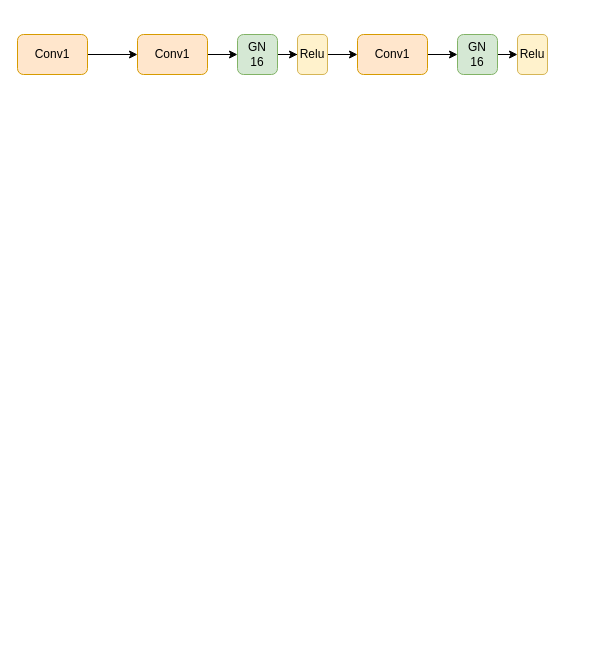
Above: Untitled Diagram.drawio in Yvonne0413/HRNet-Fcos-disentangle (draw.io), before the change. Source tidied: cells renumbered, new cells numbered last; positions are measured from the earlier drawing's top-left corner, leaving out a move shared by most shapes. Both pictures are drawn from the tidied source at 100%, with x=0, y=0 at pixel (17, 34).
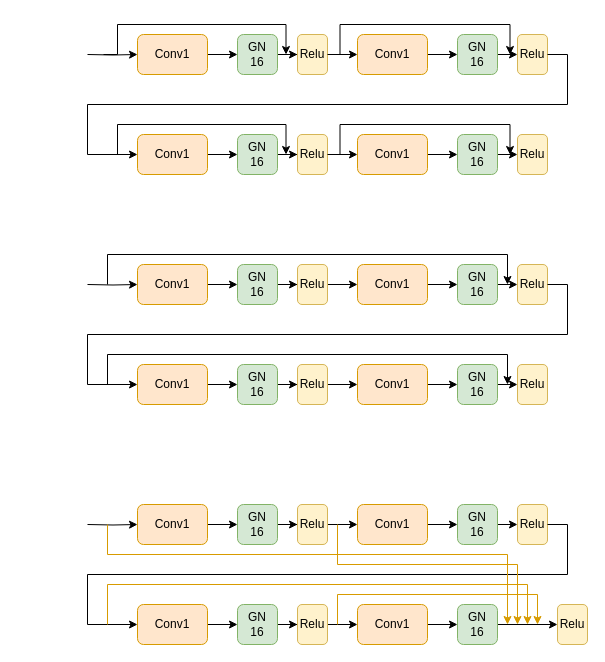
After the change.

Unchanged cells that the change refers to:
```xml
<mxCell id="3" value="Conv1" style="rounded=1;whiteSpace=wrap;html=1;fontSize=12;glass=0;strokeWidth=1;shadow=0;fillColor=#ffe6cc;strokeColor=#d79b00;" parent="1" vertex="1">
  <mxGeometry x="120" width="70" height="40" as="geometry" />
</mxCell>
<mxCell id="12" value="Relu" style="rounded=1;whiteSpace=wrap;html=1;fontSize=12;glass=0;strokeWidth=1;shadow=0;fillColor=#fff2cc;strokeColor=#d6b656;" parent="1" vertex="1">
  <mxGeometry x="500" width="30" height="40" as="geometry" />
</mxCell>
```

The edit, as a diff of the source:
```diff
@@
+    <mxCell id="15" style="edgeStyle=orthogonalEdgeStyle;rounded=0;orthogonalLoop=1;jettySize=auto;html=1;exitX=0;exitY=0;exitDx=0;exitDy=0;entryX=0.75;entryY=0;entryDx=0;entryDy=0;" parent="1" edge="1">
+      <mxGeometry relative="1" as="geometry">
+        <mxPoint x="86" y="20" as="sourcePoint" />
+        <mxPoint x="268.5" y="20" as="targetPoint" />
+        <Array as="points">
+          <mxPoint x="100" y="20" />
+          <mxPoint x="100" y="-10" />
+          <mxPoint x="269" y="-10" />
+        </Array>
+      </mxGeometry>
+    </mxCell>
@@
-    <mxCell id="13" style="edgeStyle=orthogonalEdgeStyle;rounded=0;jettySize=auto;html=1;exitX=1;exitY=0.5;exitDx=0;exitDy=0;entryX=0;entryY=0.5;entryDx=0;entryDy=0;" parent="1" edge="1" source="14" target="3">
-      <mxGeometry relative="1" as="geometry" />
+    <mxCell id="13" style="edgeStyle=orthogonalEdgeStyle;rounded=0;jettySize=auto;html=1;exitX=1;exitY=0.5;exitDx=0;exitDy=0;entryX=0;entryY=0.5;entryDx=0;entryDy=0;" parent="1" edge="1" target="3">
+      <mxGeometry relative="1" as="geometry">
+        <mxPoint x="70" y="20" as="sourcePoint" />
+      </mxGeometry>
     </mxCell>
-    <mxCell id="14" value="Conv1" style="rounded=1;whiteSpace=wrap;html=1;fontSize=12;glass=0;strokeWidth=1;shadow=0;fillColor=#ffe6cc;strokeColor=#d79b00;" parent="1" vertex="1">
-      <mxGeometry width="70" height="40" as="geometry" />
-    </mxCell>
+    <mxCell id="16" style="edgeStyle=orthogonalEdgeStyle;rounded=0;orthogonalLoop=1;jettySize=auto;html=1;exitX=0;exitY=0;exitDx=0;exitDy=0;entryX=0.75;entryY=0;entryDx=0;entryDy=0;" parent="1" edge="1">
+      <mxGeometry relative="1" as="geometry">
+        <mxPoint x="310" y="20" as="sourcePoint" />
+        <mxPoint x="492.5" y="20" as="targetPoint" />
+        <Array as="points">
+          <mxPoint x="322.5" y="20" />
+          <mxPoint x="322.5" y="-10" />
+          <mxPoint x="492.5" y="-10" />
+        </Array>
+      </mxGeometry>
+    </mxCell>
+    <mxCell id="17" style="edgeStyle=orthogonalEdgeStyle;rounded=0;jettySize=auto;html=1;exitX=1;exitY=0.5;exitDx=0;exitDy=0;entryX=0;entryY=0.5;entryDx=0;entryDy=0;" parent="1" edge="1" source="19" target="21">
+      <mxGeometry relative="1" as="geometry" />
+    </mxCell>
+    <mxCell id="18" style="edgeStyle=orthogonalEdgeStyle;rounded=0;orthogonalLoop=1;jettySize=auto;html=1;exitX=0;exitY=0;exitDx=0;exitDy=0;entryX=0.75;entryY=0;entryDx=0;entryDy=0;" parent="1" edge="1">
+      <mxGeometry relative="1" as="geometry">
+        <mxPoint x="86" y="120" as="sourcePoint" />
+        <mxPoint x="268.5" y="120" as="targetPoint" />
+        <Array as="points">
+          <mxPoint x="100" y="120" />
+          <mxPoint x="100" y="90" />
+          <mxPoint x="269" y="90" />
+        </Array>
+      </mxGeometry>
+    </mxCell>
+    <mxCell id="19" value="Conv1" style="rounded=1;whiteSpace=wrap;html=1;fontSize=12;glass=0;strokeWidth=1;shadow=0;fillColor=#ffe6cc;strokeColor=#d79b00;" parent="1" vertex="1">
+      <mxGeometry x="120" y="100" width="70" height="40" as="geometry" />
+    </mxCell>
+    <mxCell id="20" style="edgeStyle=orthogonalEdgeStyle;rounded=0;jettySize=auto;html=1;exitX=1;exitY=0.5;exitDx=0;exitDy=0;" parent="1" edge="1" source="21" target="23">
+      <mxGeometry relative="1" as="geometry" />
+    </mxCell>
+    <mxCell id="21" value="GN&lt;br&gt;16" style="rounded=1;whiteSpace=wrap;html=1;fontSize=12;glass=0;strokeWidth=1;shadow=0;fillColor=#d5e8d4;strokeColor=#82b366;" parent="1" vertex="1">
+      <mxGeometry x="220" y="100" width="40" height="40" as="geometry" />
+    </mxCell>
+    <mxCell id="22" style="edgeStyle=orthogonalEdgeStyle;rounded=0;jettySize=auto;html=1;exitX=1;exitY=0.5;exitDx=0;exitDy=0;entryX=0;entryY=0.5;entryDx=0;entryDy=0;" parent="1" edge="1" source="23" target="25">
+      <mxGeometry relative="1" as="geometry" />
+    </mxCell>
+    <mxCell id="23" value="Relu" style="rounded=1;whiteSpace=wrap;html=1;fontSize=12;glass=0;strokeWidth=1;shadow=0;fillColor=#fff2cc;strokeColor=#d6b656;" parent="1" vertex="1">
+      <mxGeometry x="280" y="100" width="30" height="40" as="geometry" />
+    </mxCell>
+    <mxCell id="24" style="edgeStyle=orthogonalEdgeStyle;rounded=0;jettySize=auto;html=1;exitX=1;exitY=0.5;exitDx=0;exitDy=0;entryX=0;entryY=0.5;entryDx=0;entryDy=0;" parent="1" edge="1" source="25" target="27">
+      <mxGeometry relative="1" as="geometry" />
+    </mxCell>
+    <mxCell id="25" value="Conv1" style="rounded=1;whiteSpace=wrap;html=1;fontSize=12;glass=0;strokeWidth=1;shadow=0;fillColor=#ffe6cc;strokeColor=#d79b00;" parent="1" vertex="1">
+      <mxGeometry x="340" y="100" width="70" height="40" as="geometry" />
+    </mxCell>
+    <mxCell id="26" style="edgeStyle=orthogonalEdgeStyle;rounded=0;jettySize=auto;html=1;exitX=1;exitY=0.5;exitDx=0;exitDy=0;entryX=0;entryY=0.5;entryDx=0;entryDy=0;" parent="1" edge="1" source="27" target="28">
+      <mxGeometry relative="1" as="geometry" />
+    </mxCell>
+    <mxCell id="27" value="GN&lt;br&gt;16" style="rounded=1;whiteSpace=wrap;html=1;fontSize=12;glass=0;strokeWidth=1;shadow=0;fillColor=#d5e8d4;strokeColor=#82b366;" parent="1" vertex="1">
+      <mxGeometry x="440" y="100" width="40" height="40" as="geometry" />
+    </mxCell>
+    <mxCell id="28" value="Relu" style="rounded=1;whiteSpace=wrap;html=1;fontSize=12;glass=0;strokeWidth=1;shadow=0;fillColor=#fff2cc;strokeColor=#d6b656;" parent="1" vertex="1">
+      <mxGeometry x="500" y="100" width="30" height="40" as="geometry" />
+    </mxCell>
+    <mxCell id="29" style="edgeStyle=orthogonalEdgeStyle;rounded=0;jettySize=auto;html=1;exitX=1;exitY=0.5;exitDx=0;exitDy=0;entryX=0;entryY=0.5;entryDx=0;entryDy=0;" parent="1" edge="1" source="12" target="19">
+      <mxGeometry relative="1" as="geometry">
+        <Array as="points">
+          <mxPoint x="550" y="20" />
+          <mxPoint x="550" y="70" />
+          <mxPoint x="70" y="70" />
+          <mxPoint x="70" y="120" />
+        </Array>
+      </mxGeometry>
+    </mxCell>
+    <mxCell id="30" style="edgeStyle=orthogonalEdgeStyle;rounded=0;orthogonalLoop=1;jettySize=auto;html=1;exitX=0;exitY=0;exitDx=0;exitDy=0;entryX=0.75;entryY=0;entryDx=0;entryDy=0;" parent="1" edge="1">
+      <mxGeometry relative="1" as="geometry">
+        <mxPoint x="310" y="120" as="sourcePoint" />
+        <mxPoint x="492.5" y="120" as="targetPoint" />
+        <Array as="points">
+          <mxPoint x="322.5" y="120" />
+          <mxPoint x="322.5" y="90" />
+          <mxPoint x="492.5" y="90" />
+        </Array>
+      </mxGeometry>
+    </mxCell>
+    <mxCell id="31" style="edgeStyle=orthogonalEdgeStyle;rounded=0;jettySize=auto;html=1;exitX=1;exitY=0.5;exitDx=0;exitDy=0;entryX=0;entryY=0.5;entryDx=0;entryDy=0;" parent="1" edge="1" source="32" target="34">
+      <mxGeometry relative="1" as="geometry" />
+    </mxCell>
+    <mxCell id="32" value="Conv1" style="rounded=1;whiteSpace=wrap;html=1;fontSize=12;glass=0;strokeWidth=1;shadow=0;fillColor=#ffe6cc;strokeColor=#d79b00;" parent="1" vertex="1">
+      <mxGeometry x="120" y="230" width="70" height="40" as="geometry" />
+    </mxCell>
+    <mxCell id="33" style="edgeStyle=orthogonalEdgeStyle;rounded=0;jettySize=auto;html=1;exitX=1;exitY=0.5;exitDx=0;exitDy=0;" parent="1" edge="1" source="34" target="36">
+      <mxGeometry relative="1" as="geometry" />
+    </mxCell>
+    <mxCell id="34" value="GN&lt;br&gt;16" style="rounded=1;whiteSpace=wrap;html=1;fontSize=12;glass=0;strokeWidth=1;shadow=0;fillColor=#d5e8d4;strokeColor=#82b366;" parent="1" vertex="1">
+      <mxGeometry x="220" y="230" width="40" height="40" as="geometry" />
+    </mxCell>
+    <mxCell id="35" style="edgeStyle=orthogonalEdgeStyle;rounded=0;jettySize=auto;html=1;exitX=1;exitY=0.5;exitDx=0;exitDy=0;entryX=0;entryY=0.5;entryDx=0;entryDy=0;" parent="1" edge="1" source="36" target="38">
+      <mxGeometry relative="1" as="geometry" />
+    </mxCell>
+    <mxCell id="36" value="Relu" style="rounded=1;whiteSpace=wrap;html=1;fontSize=12;glass=0;strokeWidth=1;shadow=0;fillColor=#fff2cc;strokeColor=#d6b656;" parent="1" vertex="1">
+      <mxGeometry x="280" y="230" width="30" height="40" as="geometry" />
+    </mxCell>
+    <mxCell id="37" style="edgeStyle=orthogonalEdgeStyle;rounded=0;jettySize=auto;html=1;exitX=1;exitY=0.5;exitDx=0;exitDy=0;entryX=0;entryY=0.5;entryDx=0;entryDy=0;" parent="1" edge="1" source="38" target="40">
+      <mxGeometry relative="1" as="geometry" />
+    </mxCell>
+    <mxCell id="38" value="Conv1" style="rounded=1;whiteSpace=wrap;html=1;fontSize=12;glass=0;strokeWidth=1;shadow=0;fillColor=#ffe6cc;strokeColor=#d79b00;" parent="1" vertex="1">
+      <mxGeometry x="340" y="230" width="70" height="40" as="geometry" />
+    </mxCell>
+    <mxCell id="39" style="edgeStyle=orthogonalEdgeStyle;rounded=0;jettySize=auto;html=1;exitX=1;exitY=0.5;exitDx=0;exitDy=0;entryX=0;entryY=0.5;entryDx=0;entryDy=0;" parent="1" edge="1" source="40" target="41">
+      <mxGeometry relative="1" as="geometry" />
+    </mxCell>
+    <mxCell id="40" value="GN&lt;br&gt;16" style="rounded=1;whiteSpace=wrap;html=1;fontSize=12;glass=0;strokeWidth=1;shadow=0;fillColor=#d5e8d4;strokeColor=#82b366;" parent="1" vertex="1">
+      <mxGeometry x="440" y="230" width="40" height="40" as="geometry" />
+    </mxCell>
+    <mxCell id="41" value="Relu" style="rounded=1;whiteSpace=wrap;html=1;fontSize=12;glass=0;strokeWidth=1;shadow=0;fillColor=#fff2cc;strokeColor=#d6b656;" parent="1" vertex="1">
+      <mxGeometry x="500" y="230" width="30" height="40" as="geometry" />
+    </mxCell>
+    <mxCell id="42" style="edgeStyle=orthogonalEdgeStyle;rounded=0;jettySize=auto;html=1;exitX=1;exitY=0.5;exitDx=0;exitDy=0;entryX=0;entryY=0.5;entryDx=0;entryDy=0;" parent="1" edge="1" target="32">
+      <mxGeometry relative="1" as="geometry">
+        <mxPoint x="70" y="250" as="sourcePoint" />
+      </mxGeometry>
+    </mxCell>
+    <mxCell id="43" style="edgeStyle=orthogonalEdgeStyle;rounded=0;jettySize=auto;html=1;exitX=1;exitY=0.5;exitDx=0;exitDy=0;entryX=0;entryY=0.5;entryDx=0;entryDy=0;" parent="1" edge="1" source="44" target="46">
+      <mxGeometry relative="1" as="geometry" />
+    </mxCell>
+    <mxCell id="44" value="Conv1" style="rounded=1;whiteSpace=wrap;html=1;fontSize=12;glass=0;strokeWidth=1;shadow=0;fillColor=#ffe6cc;strokeColor=#d79b00;" parent="1" vertex="1">
+      <mxGeometry x="120" y="330" width="70" height="40" as="geometry" />
+    </mxCell>
+    <mxCell id="45" style="edgeStyle=orthogonalEdgeStyle;rounded=0;jettySize=auto;html=1;exitX=1;exitY=0.5;exitDx=0;exitDy=0;" parent="1" edge="1" source="46" target="48">
+      <mxGeometry relative="1" as="geometry" />
+    </mxCell>
+    <mxCell id="46" value="GN&lt;br&gt;16" style="rounded=1;whiteSpace=wrap;html=1;fontSize=12;glass=0;strokeWidth=1;shadow=0;fillColor=#d5e8d4;strokeColor=#82b366;" parent="1" vertex="1">
+      <mxGeometry x="220" y="330" width="40" height="40" as="geometry" />
+    </mxCell>
+    <mxCell id="47" style="edgeStyle=orthogonalEdgeStyle;rounded=0;jettySize=auto;html=1;exitX=1;exitY=0.5;exitDx=0;exitDy=0;entryX=0;entryY=0.5;entryDx=0;entryDy=0;" parent="1" edge="1" source="48" target="50">
+      <mxGeometry relative="1" as="geometry" />
+    </mxCell>
+    <mxCell id="48" value="Relu" style="rounded=1;whiteSpace=wrap;html=1;fontSize=12;glass=0;strokeWidth=1;shadow=0;fillColor=#fff2cc;strokeColor=#d6b656;" parent="1" vertex="1">
+      <mxGeometry x="280" y="330" width="30" height="40" as="geometry" />
+    </mxCell>
+    <mxCell id="49" style="edgeStyle=orthogonalEdgeStyle;rounded=0;jettySize=auto;html=1;exitX=1;exitY=0.5;exitDx=0;exitDy=0;entryX=0;entryY=0.5;entryDx=0;entryDy=0;" parent="1" edge="1" source="50" target="52">
+      <mxGeometry relative="1" as="geometry" />
+    </mxCell>
+    <mxCell id="50" value="Conv1" style="rounded=1;whiteSpace=wrap;html=1;fontSize=12;glass=0;strokeWidth=1;shadow=0;fillColor=#ffe6cc;strokeColor=#d79b00;" parent="1" vertex="1">
+      <mxGeometry x="340" y="330" width="70" height="40" as="geometry" />
+    </mxCell>
+    <mxCell id="51" style="edgeStyle=orthogonalEdgeStyle;rounded=0;jettySize=auto;html=1;exitX=1;exitY=0.5;exitDx=0;exitDy=0;entryX=0;entryY=0.5;entryDx=0;entryDy=0;" parent="1" edge="1" source="52" target="53">
+      <mxGeometry relative="1" as="geometry" />
+    </mxCell>
+    <mxCell id="52" value="GN&lt;br&gt;16" style="rounded=1;whiteSpace=wrap;html=1;fontSize=12;glass=0;strokeWidth=1;shadow=0;fillColor=#d5e8d4;strokeColor=#82b366;" parent="1" vertex="1">
+      <mxGeometry x="440" y="330" width="40" height="40" as="geometry" />
+    </mxCell>
+    <mxCell id="53" value="Relu" style="rounded=1;whiteSpace=wrap;html=1;fontSize=12;glass=0;strokeWidth=1;shadow=0;fillColor=#fff2cc;strokeColor=#d6b656;" parent="1" vertex="1">
+      <mxGeometry x="500" y="330" width="30" height="40" as="geometry" />
+    </mxCell>
+    <mxCell id="54" style="edgeStyle=orthogonalEdgeStyle;rounded=0;jettySize=auto;html=1;exitX=1;exitY=0.5;exitDx=0;exitDy=0;entryX=0;entryY=0.5;entryDx=0;entryDy=0;" parent="1" edge="1" source="41" target="44">
+      <mxGeometry relative="1" as="geometry">
+        <Array as="points">
+          <mxPoint x="550" y="250" />
+          <mxPoint x="550" y="300" />
+          <mxPoint x="70" y="300" />
+          <mxPoint x="70" y="350" />
+        </Array>
+      </mxGeometry>
+    </mxCell>
+    <mxCell id="55" style="edgeStyle=orthogonalEdgeStyle;rounded=0;orthogonalLoop=1;jettySize=auto;html=1;" parent="1" edge="1">
+      <mxGeometry relative="1" as="geometry">
+        <mxPoint x="90" y="250" as="sourcePoint" />
+        <mxPoint x="490" y="250" as="targetPoint" />
+        <Array as="points">
+          <mxPoint x="90" y="220" />
+          <mxPoint x="490" y="220" />
+        </Array>
+      </mxGeometry>
+    </mxCell>
+    <mxCell id="56" style="edgeStyle=orthogonalEdgeStyle;rounded=0;orthogonalLoop=1;jettySize=auto;html=1;" parent="1" edge="1">
+      <mxGeometry relative="1" as="geometry">
+        <mxPoint x="90" y="350" as="sourcePoint" />
+        <mxPoint x="490" y="350" as="targetPoint" />
+        <Array as="points">
+          <mxPoint x="90" y="320" />
+          <mxPoint x="490" y="320" />
+        </Array>
+      </mxGeometry>
+    </mxCell>
+    <mxCell id="57" style="edgeStyle=orthogonalEdgeStyle;rounded=0;jettySize=auto;html=1;exitX=1;exitY=0.5;exitDx=0;exitDy=0;entryX=0;entryY=0.5;entryDx=0;entryDy=0;" parent="1" edge="1" source="58" target="60">
+      <mxGeometry relative="1" as="geometry" />
+    </mxCell>
+    <mxCell id="58" value="Conv1" style="rounded=1;whiteSpace=wrap;html=1;fontSize=12;glass=0;strokeWidth=1;shadow=0;fillColor=#ffe6cc;strokeColor=#d79b00;" parent="1" vertex="1">
+      <mxGeometry x="120" y="470" width="70" height="40" as="geometry" />
+    </mxCell>
+    <mxCell id="59" style="edgeStyle=orthogonalEdgeStyle;rounded=0;jettySize=auto;html=1;exitX=1;exitY=0.5;exitDx=0;exitDy=0;" parent="1" edge="1" source="60" target="62">
+      <mxGeometry relative="1" as="geometry" />
+    </mxCell>
+    <mxCell id="60" value="GN&lt;br&gt;16" style="rounded=1;whiteSpace=wrap;html=1;fontSize=12;glass=0;strokeWidth=1;shadow=0;fillColor=#d5e8d4;strokeColor=#82b366;" parent="1" vertex="1">
+      <mxGeometry x="220" y="470" width="40" height="40" as="geometry" />
+    </mxCell>
+    <mxCell id="61" style="edgeStyle=orthogonalEdgeStyle;rounded=0;jettySize=auto;html=1;exitX=1;exitY=0.5;exitDx=0;exitDy=0;entryX=0;entryY=0.5;entryDx=0;entryDy=0;" parent="1" edge="1" source="62" target="64">
+      <mxGeometry relative="1" as="geometry" />
+    </mxCell>
+    <mxCell id="62" value="Relu" style="rounded=1;whiteSpace=wrap;html=1;fontSize=12;glass=0;strokeWidth=1;shadow=0;fillColor=#fff2cc;strokeColor=#d6b656;" parent="1" vertex="1">
+      <mxGeometry x="280" y="470" width="30" height="40" as="geometry" />
+    </mxCell>
+    <mxCell id="63" style="edgeStyle=orthogonalEdgeStyle;rounded=0;jettySize=auto;html=1;exitX=1;exitY=0.5;exitDx=0;exitDy=0;entryX=0;entryY=0.5;entryDx=0;entryDy=0;" parent="1" edge="1" source="64" target="66">
+      <mxGeometry relative="1" as="geometry" />
+    </mxCell>
+    <mxCell id="64" value="Conv1" style="rounded=1;whiteSpace=wrap;html=1;fontSize=12;glass=0;strokeWidth=1;shadow=0;fillColor=#ffe6cc;strokeColor=#d79b00;" parent="1" vertex="1">
+      <mxGeometry x="340" y="470" width="70" height="40" as="geometry" />
+    </mxCell>
+    <mxCell id="65" style="edgeStyle=orthogonalEdgeStyle;rounded=0;jettySize=auto;html=1;exitX=1;exitY=0.5;exitDx=0;exitDy=0;entryX=0;entryY=0.5;entryDx=0;entryDy=0;" parent="1" edge="1" source="66" target="67">
+      <mxGeometry relative="1" as="geometry" />
+    </mxCell>
+    <mxCell id="66" value="GN&lt;br&gt;16" style="rounded=1;whiteSpace=wrap;html=1;fontSize=12;glass=0;strokeWidth=1;shadow=0;fillColor=#d5e8d4;strokeColor=#82b366;" parent="1" vertex="1">
+      <mxGeometry x="440" y="470" width="40" height="40" as="geometry" />
+    </mxCell>
+    <mxCell id="67" value="Relu" style="rounded=1;whiteSpace=wrap;html=1;fontSize=12;glass=0;strokeWidth=1;shadow=0;fillColor=#fff2cc;strokeColor=#d6b656;" parent="1" vertex="1">
+      <mxGeometry x="500" y="470" width="30" height="40" as="geometry" />
+    </mxCell>
+    <mxCell id="68" style="edgeStyle=orthogonalEdgeStyle;rounded=0;jettySize=auto;html=1;exitX=1;exitY=0.5;exitDx=0;exitDy=0;entryX=0;entryY=0.5;entryDx=0;entryDy=0;" parent="1" edge="1" target="58">
+      <mxGeometry relative="1" as="geometry">
+        <mxPoint x="70" y="490" as="sourcePoint" />
+      </mxGeometry>
+    </mxCell>
+    <mxCell id="69" style="edgeStyle=orthogonalEdgeStyle;rounded=0;jettySize=auto;html=1;exitX=1;exitY=0.5;exitDx=0;exitDy=0;entryX=0;entryY=0.5;entryDx=0;entryDy=0;" parent="1" edge="1" source="70" target="72">
+      <mxGeometry relative="1" as="geometry" />
+    </mxCell>
+    <mxCell id="70" value="Conv1" style="rounded=1;whiteSpace=wrap;html=1;fontSize=12;glass=0;strokeWidth=1;shadow=0;fillColor=#ffe6cc;strokeColor=#d79b00;" parent="1" vertex="1">
+      <mxGeometry x="120" y="570" width="70" height="40" as="geometry" />
+    </mxCell>
+    <mxCell id="71" style="edgeStyle=orthogonalEdgeStyle;rounded=0;jettySize=auto;html=1;exitX=1;exitY=0.5;exitDx=0;exitDy=0;" parent="1" edge="1" source="72" target="74">
+      <mxGeometry relative="1" as="geometry" />
+    </mxCell>
+    <mxCell id="72" value="GN&lt;br&gt;16" style="rounded=1;whiteSpace=wrap;html=1;fontSize=12;glass=0;strokeWidth=1;shadow=0;fillColor=#d5e8d4;strokeColor=#82b366;" parent="1" vertex="1">
+      <mxGeometry x="220" y="570" width="40" height="40" as="geometry" />
+    </mxCell>
+    <mxCell id="73" style="edgeStyle=orthogonalEdgeStyle;rounded=0;jettySize=auto;html=1;exitX=1;exitY=0.5;exitDx=0;exitDy=0;entryX=0;entryY=0.5;entryDx=0;entryDy=0;" parent="1" edge="1" source="74" target="76">
+      <mxGeometry relative="1" as="geometry" />
+    </mxCell>
+    <mxCell id="74" value="Relu" style="rounded=1;whiteSpace=wrap;html=1;fontSize=12;glass=0;strokeWidth=1;shadow=0;fillColor=#fff2cc;strokeColor=#d6b656;" parent="1" vertex="1">
+      <mxGeometry x="280" y="570" width="30" height="40" as="geometry" />
+    </mxCell>
+    <mxCell id="75" style="edgeStyle=orthogonalEdgeStyle;rounded=0;jettySize=auto;html=1;exitX=1;exitY=0.5;exitDx=0;exitDy=0;entryX=0;entryY=0.5;entryDx=0;entryDy=0;" parent="1" edge="1" source="76" target="78">
+      <mxGeometry relative="1" as="geometry" />
+    </mxCell>
+    <mxCell id="76" value="Conv1" style="rounded=1;whiteSpace=wrap;html=1;fontSize=12;glass=0;strokeWidth=1;shadow=0;fillColor=#ffe6cc;strokeColor=#d79b00;" parent="1" vertex="1">
+      <mxGeometry x="340" y="570" width="70" height="40" as="geometry" />
+    </mxCell>
+    <mxCell id="77" style="edgeStyle=orthogonalEdgeStyle;rounded=0;jettySize=auto;html=1;exitX=1;exitY=0.5;exitDx=0;exitDy=0;entryX=0;entryY=0.5;entryDx=0;entryDy=0;" parent="1" edge="1" source="78" target="79">
+      <mxGeometry relative="1" as="geometry" />
+    </mxCell>
+    <mxCell id="78" value="GN&lt;br&gt;16" style="rounded=1;whiteSpace=wrap;html=1;fontSize=12;glass=0;strokeWidth=1;shadow=0;fillColor=#d5e8d4;strokeColor=#82b366;" parent="1" vertex="1">
+      <mxGeometry x="440" y="570" width="40" height="40" as="geometry" />
+    </mxCell>
+    <mxCell id="79" value="Relu" style="rounded=1;whiteSpace=wrap;html=1;fontSize=12;glass=0;strokeWidth=1;shadow=0;fillColor=#fff2cc;strokeColor=#d6b656;" parent="1" vertex="1">
+      <mxGeometry x="540" y="570" width="30" height="40" as="geometry" />
+    </mxCell>
+    <mxCell id="80" style="edgeStyle=orthogonalEdgeStyle;rounded=0;jettySize=auto;html=1;exitX=1;exitY=0.5;exitDx=0;exitDy=0;entryX=0;entryY=0.5;entryDx=0;entryDy=0;" parent="1" edge="1" source="67" target="70">
+      <mxGeometry relative="1" as="geometry">
+        <Array as="points">
+          <mxPoint x="550" y="490" />
+          <mxPoint x="550" y="540" />
+          <mxPoint x="70" y="540" />
+          <mxPoint x="70" y="590" />
+        </Array>
+      </mxGeometry>
+    </mxCell>
+    <mxCell id="81" style="edgeStyle=orthogonalEdgeStyle;rounded=0;orthogonalLoop=1;jettySize=auto;html=1;fillColor=#ffe6cc;strokeColor=#d79b00;" parent="1" edge="1">
+      <mxGeometry relative="1" as="geometry">
+        <mxPoint x="90" y="490" as="sourcePoint" />
+        <mxPoint x="490" y="590" as="targetPoint" />
+        <Array as="points">
+          <mxPoint x="90" y="520" />
+          <mxPoint x="490" y="520" />
+        </Array>
+      </mxGeometry>
+    </mxCell>
+    <mxCell id="82" style="edgeStyle=orthogonalEdgeStyle;rounded=0;orthogonalLoop=1;jettySize=auto;html=1;fillColor=#ffe6cc;strokeColor=#d79b00;" parent="1" edge="1">
+      <mxGeometry relative="1" as="geometry">
+        <mxPoint x="320" y="490" as="sourcePoint" />
+        <mxPoint x="500" y="590" as="targetPoint" />
+        <Array as="points">
+          <mxPoint x="320" y="530" />
+          <mxPoint x="500" y="530" />
+        </Array>
+      </mxGeometry>
+    </mxCell>
+    <mxCell id="83" style="edgeStyle=orthogonalEdgeStyle;rounded=0;orthogonalLoop=1;jettySize=auto;html=1;fillColor=#ffe6cc;strokeColor=#d79b00;" parent="1" edge="1">
+      <mxGeometry relative="1" as="geometry">
+        <mxPoint x="90" y="590" as="sourcePoint" />
+        <mxPoint x="510" y="590" as="targetPoint" />
+        <Array as="points">
+          <mxPoint x="90" y="550" />
+          <mxPoint x="510" y="550" />
+        </Array>
+      </mxGeometry>
+    </mxCell>
+    <mxCell id="84" style="edgeStyle=orthogonalEdgeStyle;rounded=0;orthogonalLoop=1;jettySize=auto;html=1;fillColor=#ffe6cc;strokeColor=#d79b00;" parent="1" edge="1">
+      <mxGeometry relative="1" as="geometry">
+        <mxPoint x="320" y="590" as="sourcePoint" />
+        <mxPoint x="520" y="590" as="targetPoint" />
+        <Array as="points">
+          <mxPoint x="320" y="560" />
+          <mxPoint x="520" y="560" />
+        </Array>
+      </mxGeometry>
+    </mxCell>
```
